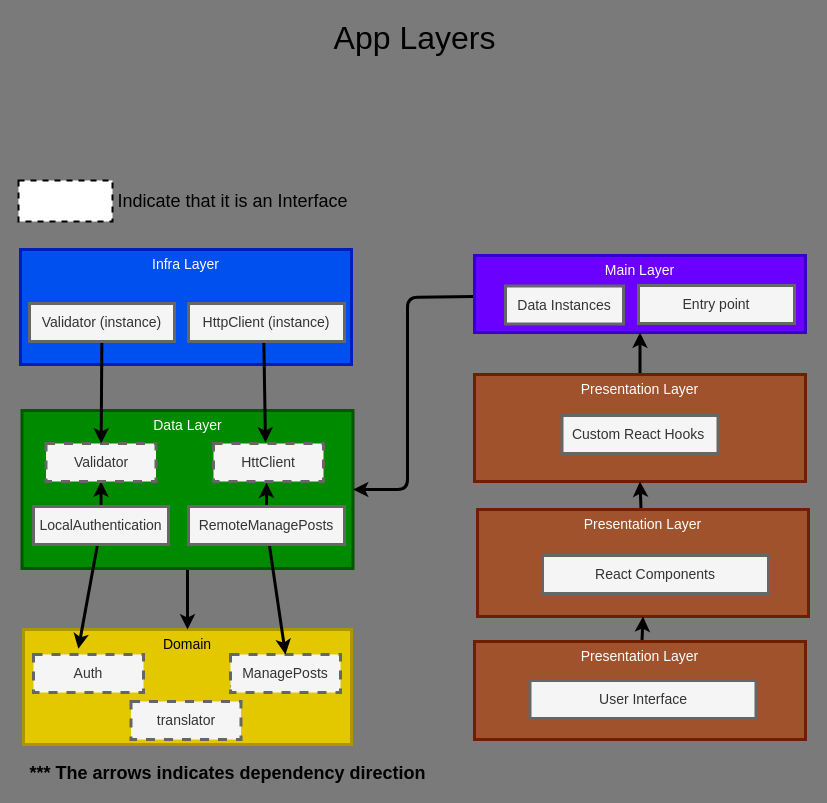
FelipeAnony/prueba-tecnica keeps this draw.io diagram as documentation/architecture/layers.drawio. Above is the earlier version. Source tidied: cells renumbered, new cells numbered last; positions are measured from the earlier drawing's top-left corner, leaving out a move shared by most shapes. Both pictures are drawn from the tidied source at 100%, with x=0, y=0 at pixel (18, 17).
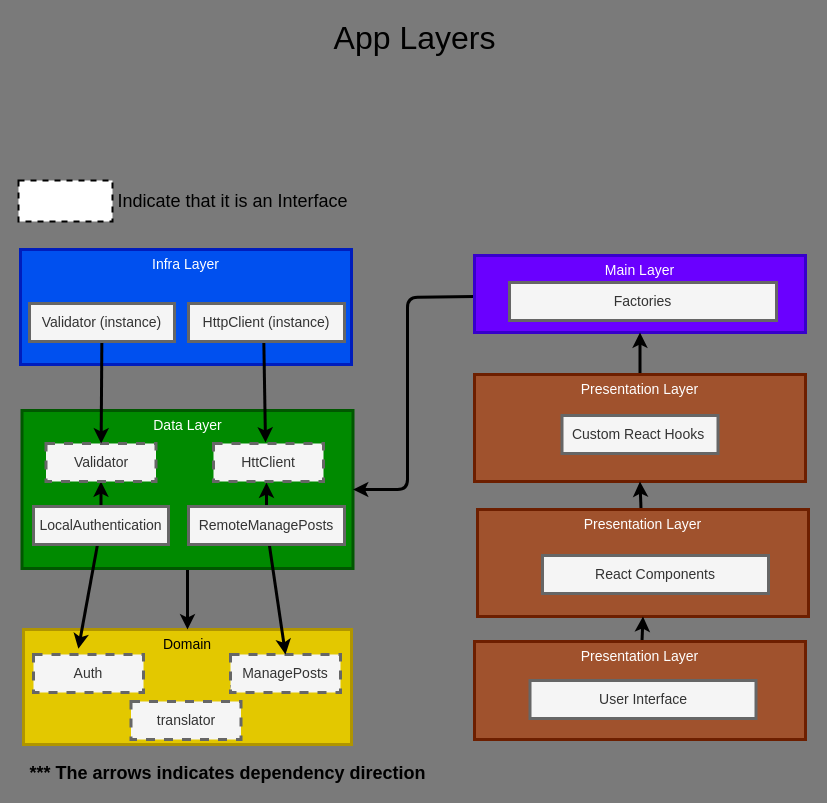
After the change.

Unchanged cells that the change refers to:
```xml
<mxCell id="4" style="group;strokeColor=none;strokeWidth=3;" parent="3" vertex="1">
  <mxGeometry y="114" width="788" height="495" as="geometry" />
</mxCell>
```

Diff of the diagram source:
```diff
@@
-    <mxCell id="30" value="Entry point" style="whiteSpace=wrap;html=1;fontSize=14;strokeWidth=3;fillColor=#f5f5f5;fontColor=#333333;strokeColor=#666666;" parent="4" vertex="1">
-      <mxGeometry x="618" y="36" width="156" height="38" as="geometry" />
-    </mxCell>
-    <mxCell id="31" value="Data Instances" style="whiteSpace=wrap;html=1;fontSize=14;strokeWidth=3;fillColor=#f5f5f5;fontColor=#333333;strokeColor=#666666;" parent="4" vertex="1">
-      <mxGeometry x="485" y="36.5" width="118" height="38" as="geometry" />
+    <mxCell id="31" value="Factories" style="whiteSpace=wrap;html=1;fontSize=14;strokeWidth=3;fillColor=#f5f5f5;fontColor=#333333;strokeColor=#666666;" parent="4" vertex="1">
+      <mxGeometry x="489" y="33" width="267" height="38" as="geometry" />
     </mxCell>
```
